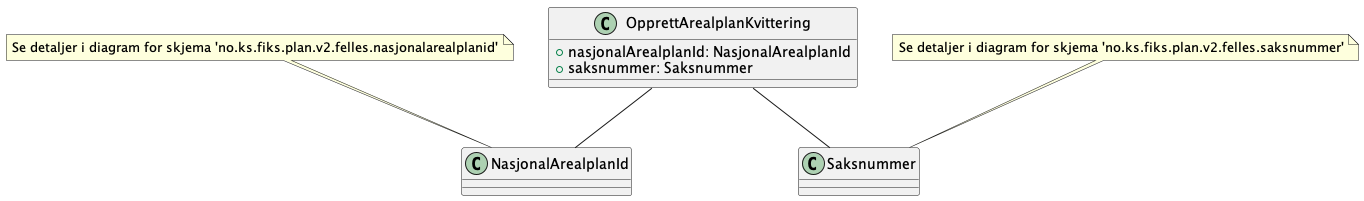
Above: Dokumentasjon/V2/ClassDiagrams/no.ks.fiks.plan.v2.oppdatering.arealplan.opprett.kvittering/arealplan-opprett-kvittering.png in ks-no/fiks-plan-specification (PlantUML), before the change. Its diagram source:
```plantuml
@startuml

class OpprettArealplanKvittering {
    +nasjonalArealplanId: NasjonalArealplanId
    +saksnummer: Saksnummer
}

OpprettArealplanKvittering -- NasjonalArealplanId
OpprettArealplanKvittering -- Saksnummer

note top of NasjonalArealplanId : Se detaljer i diagram for skjema 'no.ks.fiks.plan.v2.felles.nasjonalarealplanid'
note top of Saksnummer : Se detaljer i diagram for skjema 'no.ks.fiks.plan.v2.felles.saksnummer'

@enduml
```
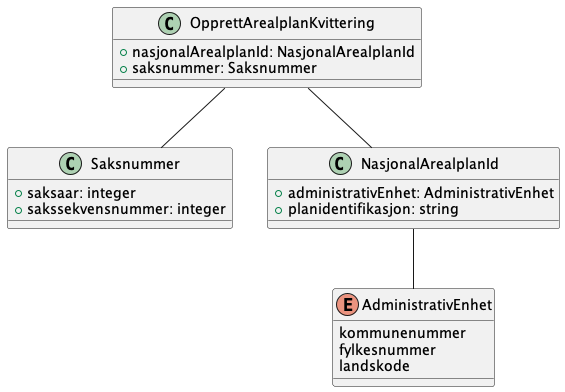
Above is the later version.

Diff of the diagram source:
```diff
@@ -1,4 +1,6 @@
 @startuml
+!include ./../no.ks.fiks.plan.v2.felles.saksnummer/saksnummer.pu
+!include ./../no.ks.fiks.plan.v2.felles.nasjonalarealplanid/nasjonalarealplanid.pu
 
 class OpprettArealplanKvittering {
     +nasjonalArealplanId: NasjonalArealplanId
@@ -8,7 +10,4 @@
 OpprettArealplanKvittering -- NasjonalArealplanId
 OpprettArealplanKvittering -- Saksnummer
 
-note top of NasjonalArealplanId : Se detaljer i diagram for skjema 'no.ks.fiks.plan.v2.felles.nasjonalarealplanid'
-note top of Saksnummer : Se detaljer i diagram for skjema 'no.ks.fiks.plan.v2.felles.saksnummer'
-
 @enduml
```
